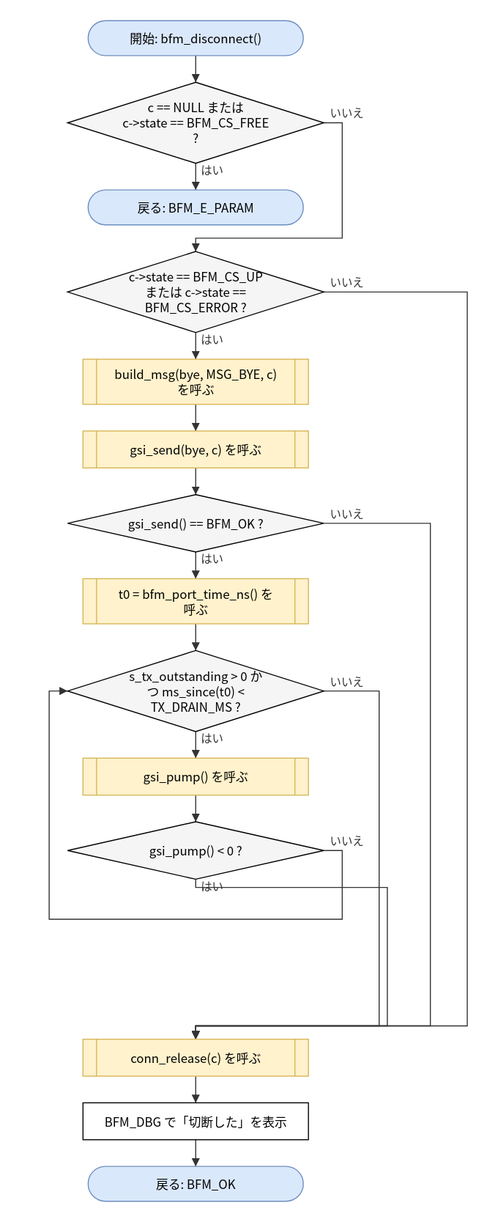
hf355051012-ai/bfmem keeps this draw.io diagram as doc/spec/images/flow_src_bfm_cm-bfm_disconnect.drawio.svg. Above is the earlier version. Source tidied: cells renumbered, new cells last; positions are measured from the earlier drawing's top-left corner, leaving out a move shared by most shapes.
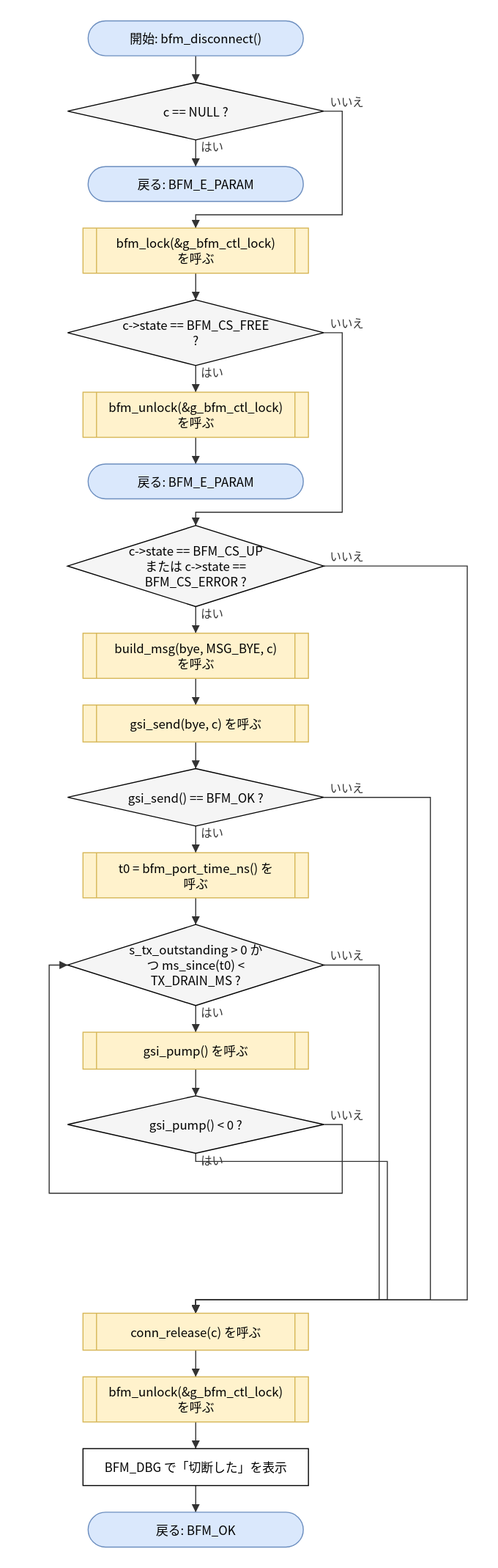
After the commit.

Change to the diagram source:
```diff
@@ -5,45 +5,60 @@
     <mxCell id="2" value="開始: bfm_disconnect()" style="rounded=1;arcSize=50;whiteSpace=wrap;html=1;fillColor=#dae8fc;strokeColor=#6c8ebf;" parent="1" vertex="1">
       <mxGeometry x="38" width="210" height="34" as="geometry" />
     </mxCell>
-    <mxCell id="3" value="c == NULL または&lt;br&gt;c-&amp;gt;state == BFM_CS_FREE&lt;br&gt;?" style="rhombus;whiteSpace=wrap;html=1;fillColor=#f5f5f5;" parent="1" vertex="1">
-      <mxGeometry x="18" y="60" width="250" height="79" as="geometry" />
+    <mxCell id="3" value="c == NULL ?" style="rhombus;whiteSpace=wrap;html=1;fillColor=#f5f5f5;" parent="1" vertex="1">
+      <mxGeometry x="18" y="60" width="250" height="56" as="geometry" />
     </mxCell>
     <mxCell id="4" value="戻る: BFM_E_PARAM" style="rounded=1;arcSize=50;whiteSpace=wrap;html=1;fillColor=#dae8fc;strokeColor=#6c8ebf;" parent="1" vertex="1">
-      <mxGeometry x="38" y="165" width="210" height="34" as="geometry" />
+      <mxGeometry x="38" y="142" width="210" height="34" as="geometry" />
     </mxCell>
-    <mxCell id="5" value="c-&amp;gt;state == BFM_CS_UP&lt;br&gt;または c-&amp;gt;state ==&lt;br&gt;BFM_CS_ERROR ?" style="rhombus;whiteSpace=wrap;html=1;fillColor=#f5f5f5;" parent="1" vertex="1">
-      <mxGeometry x="18" y="225" width="250" height="79" as="geometry" />
+    <mxCell id="5" value="bfm_lock(&amp;amp;g_bfm_ctl_lock)&lt;br&gt;を呼ぶ" style="shape=process;whiteSpace=wrap;html=1;backgroundOutline=1;size=0.06;fillColor=#fff2cc;strokeColor=#d6b656;" parent="1" vertex="1">
+      <mxGeometry x="33" y="202" width="220" height="44" as="geometry" />
     </mxCell>
-    <mxCell id="6" value="build_msg(bye, MSG_BYE, c)&lt;br&gt;を呼ぶ" style="shape=process;whiteSpace=wrap;html=1;backgroundOutline=1;size=0.06;fillColor=#fff2cc;strokeColor=#d6b656;" parent="1" vertex="1">
-      <mxGeometry x="33" y="330" width="220" height="44" as="geometry" />
+    <mxCell id="6" value="c-&amp;gt;state == BFM_CS_FREE&lt;br&gt;?" style="rhombus;whiteSpace=wrap;html=1;fillColor=#f5f5f5;" parent="1" vertex="1">
+      <mxGeometry x="18" y="272" width="250" height="64" as="geometry" />
     </mxCell>
-    <mxCell id="7" value="gsi_send(bye, c) を呼ぶ" style="shape=process;whiteSpace=wrap;html=1;backgroundOutline=1;size=0.06;fillColor=#fff2cc;strokeColor=#d6b656;" parent="1" vertex="1">
-      <mxGeometry x="33" y="400" width="220" height="36" as="geometry" />
+    <mxCell id="7" value="bfm_unlock(&amp;amp;g_bfm_ctl_lock)&lt;br&gt;を呼ぶ" style="shape=process;whiteSpace=wrap;html=1;backgroundOutline=1;size=0.06;fillColor=#fff2cc;strokeColor=#d6b656;" parent="1" vertex="1">
+      <mxGeometry x="33" y="362" width="220" height="44" as="geometry" />
     </mxCell>
-    <mxCell id="8" value="gsi_send() == BFM_OK ?" style="rhombus;whiteSpace=wrap;html=1;fillColor=#f5f5f5;" parent="1" vertex="1">
-      <mxGeometry x="18" y="462" width="250" height="56" as="geometry" />
+    <mxCell id="8" value="戻る: BFM_E_PARAM" style="rounded=1;arcSize=50;whiteSpace=wrap;html=1;fillColor=#dae8fc;strokeColor=#6c8ebf;" parent="1" vertex="1">
+      <mxGeometry x="38" y="432" width="210" height="34" as="geometry" />
     </mxCell>
-    <mxCell id="9" value="t0 = bfm_port_time_ns() を&lt;br&gt;呼ぶ" style="shape=process;whiteSpace=wrap;html=1;backgroundOutline=1;size=0.06;fillColor=#fff2cc;strokeColor=#d6b656;" parent="1" vertex="1">
-      <mxGeometry x="33" y="544" width="220" height="44" as="geometry" />
+    <mxCell id="9" value="c-&amp;gt;state == BFM_CS_UP&lt;br&gt;または c-&amp;gt;state ==&lt;br&gt;BFM_CS_ERROR ?" style="rhombus;whiteSpace=wrap;html=1;fillColor=#f5f5f5;" parent="1" vertex="1">
+      <mxGeometry x="18" y="492" width="250" height="79" as="geometry" />
     </mxCell>
-    <mxCell id="10" value="s_tx_outstanding &amp;gt; 0 か&lt;br&gt;つ ms_since(t0) &amp;lt;&lt;br&gt;TX_DRAIN_MS ?" style="rhombus;whiteSpace=wrap;html=1;fillColor=#f5f5f5;" parent="1" vertex="1">
-      <mxGeometry x="18" y="614" width="250" height="79" as="geometry" />
+    <mxCell id="10" value="build_msg(bye, MSG_BYE, c)&lt;br&gt;を呼ぶ" style="shape=process;whiteSpace=wrap;html=1;backgroundOutline=1;size=0.06;fillColor=#fff2cc;strokeColor=#d6b656;" parent="1" vertex="1">
+      <mxGeometry x="33" y="597" width="220" height="44" as="geometry" />
     </mxCell>
-    <mxCell id="11" value="gsi_pump() を呼ぶ" style="shape=process;whiteSpace=wrap;html=1;backgroundOutline=1;size=0.06;fillColor=#fff2cc;strokeColor=#d6b656;" parent="1" vertex="1">
-      <mxGeometry x="33" y="719" width="220" height="36" as="geometry" />
+    <mxCell id="11" value="gsi_send(bye, c) を呼ぶ" style="shape=process;whiteSpace=wrap;html=1;backgroundOutline=1;size=0.06;fillColor=#fff2cc;strokeColor=#d6b656;" parent="1" vertex="1">
+      <mxGeometry x="33" y="667" width="220" height="36" as="geometry" />
     </mxCell>
-    <mxCell id="12" value="gsi_pump() &amp;lt; 0 ?" style="rhombus;whiteSpace=wrap;html=1;fillColor=#f5f5f5;" parent="1" vertex="1">
-      <mxGeometry x="18" y="781" width="250" height="56" as="geometry" />
+    <mxCell id="12" value="gsi_send() == BFM_OK ?" style="rhombus;whiteSpace=wrap;html=1;fillColor=#f5f5f5;" parent="1" vertex="1">
+      <mxGeometry x="18" y="729" width="250" height="56" as="geometry" />
     </mxCell>
-    <mxCell id="13" value="conn_release(c) を呼ぶ" style="shape=process;whiteSpace=wrap;html=1;backgroundOutline=1;size=0.06;fillColor=#fff2cc;strokeColor=#d6b656;" parent="1" vertex="1">
-      <mxGeometry x="33" y="993" width="220" height="36" as="geometry" />
+    <mxCell id="13" value="t0 = bfm_port_time_ns() を&lt;br&gt;呼ぶ" style="shape=process;whiteSpace=wrap;html=1;backgroundOutline=1;size=0.06;fillColor=#fff2cc;strokeColor=#d6b656;" parent="1" vertex="1">
+      <mxGeometry x="33" y="811" width="220" height="44" as="geometry" />
     </mxCell>
-    <mxCell id="14" value="BFM_DBG で「切断した」を表示" style="rounded=0;whiteSpace=wrap;html=1;" parent="1" vertex="1">
-      <mxGeometry x="33" y="1055" width="220" height="36" as="geometry" />
+    <mxCell id="14" value="s_tx_outstanding &amp;gt; 0 か&lt;br&gt;つ ms_since(t0) &amp;lt;&lt;br&gt;TX_DRAIN_MS ?" style="rhombus;whiteSpace=wrap;html=1;fillColor=#f5f5f5;" parent="1" vertex="1">
+      <mxGeometry x="18" y="881" width="250" height="79" as="geometry" />
     </mxCell>
-    <mxCell id="15" value="戻る: BFM_OK" style="rounded=1;arcSize=50;whiteSpace=wrap;html=1;fillColor=#dae8fc;strokeColor=#6c8ebf;" parent="1" vertex="1">
-      <mxGeometry x="38" y="1117" width="210" height="34" as="geometry" />
+    <mxCell id="15" value="gsi_pump() を呼ぶ" style="shape=process;whiteSpace=wrap;html=1;backgroundOutline=1;size=0.06;fillColor=#fff2cc;strokeColor=#d6b656;" parent="1" vertex="1">
+      <mxGeometry x="33" y="986" width="220" height="36" as="geometry" />
     </mxCell>
+    <mxCell id="33" value="gsi_pump() &amp;lt; 0 ?" style="rhombus;whiteSpace=wrap;html=1;fillColor=#f5f5f5;" parent="1" vertex="1">
+      <mxGeometry x="18" y="1048" width="250" height="56" as="geometry" />
+    </mxCell>
+    <mxCell id="34" value="conn_release(c) を呼ぶ" style="shape=process;whiteSpace=wrap;html=1;backgroundOutline=1;size=0.06;fillColor=#fff2cc;strokeColor=#d6b656;" parent="1" vertex="1">
+      <mxGeometry x="33" y="1260" width="220" height="36" as="geometry" />
+    </mxCell>
+    <mxCell id="35" value="bfm_unlock(&amp;amp;g_bfm_ctl_lock)&lt;br&gt;を呼ぶ" style="shape=process;whiteSpace=wrap;html=1;backgroundOutline=1;size=0.06;fillColor=#fff2cc;strokeColor=#d6b656;" parent="1" vertex="1">
+      <mxGeometry x="33" y="1322" width="220" height="44" as="geometry" />
+    </mxCell>
+    <mxCell id="36" value="BFM_DBG で「切断した」を表示" style="rounded=0;whiteSpace=wrap;html=1;" parent="1" vertex="1">
+      <mxGeometry x="33" y="1392" width="220" height="36" as="geometry" />
+    </mxCell>
+    <mxCell id="37" value="戻る: BFM_OK" style="rounded=1;arcSize=50;whiteSpace=wrap;html=1;fillColor=#dae8fc;strokeColor=#6c8ebf;" parent="1" vertex="1">
+      <mxGeometry x="38" y="1454" width="210" height="34" as="geometry" />
+    </mxCell>
     <mxCell id="16" style="edgeStyle=none;html=1;rounded=0;endArrow=block;endFill=1;exitX=0.5000;exitY=1.0000;exitDx=0;exitDy=0;exitPerimeter=0;entryX=0.5000;entryY=0.0000;entryDx=0;entryDy=0;entryPerimeter=0;" parent="1" edge="1" source="2" target="3">
       <mxGeometry relative="1" as="geometry" />
     </mxCell>
@@ -53,85 +68,106 @@
     <mxCell id="18" value="いいえ" style="edgeStyle=none;html=1;rounded=0;endArrow=block;endFill=1;exitX=1.0000;exitY=0.5000;exitDx=0;exitDy=0;exitPerimeter=0;entryX=0.5000;entryY=0.0000;entryDx=0;entryDy=0;entryPerimeter=0;" parent="1" edge="1" source="3" target="5">
       <mxGeometry relative="1" as="geometry">
         <Array as="points">
-          <mxPoint x="286" y="99.5" />
-          <mxPoint x="286" y="212" />
-          <mxPoint x="143" y="212" />
+          <mxPoint x="286" y="88" />
+          <mxPoint x="286" y="189" />
+          <mxPoint x="143" y="189" />
         </Array>
       </mxGeometry>
     </mxCell>
-    <mxCell id="19" value="はい" style="edgeStyle=none;html=1;rounded=0;endArrow=block;endFill=1;exitX=0.5000;exitY=1.0000;exitDx=0;exitDy=0;exitPerimeter=0;entryX=0.5000;entryY=0.0000;entryDx=0;entryDy=0;entryPerimeter=0;" parent="1" edge="1" source="5" target="6">
+    <mxCell id="19" style="edgeStyle=none;html=1;rounded=0;endArrow=block;endFill=1;exitX=0.5000;exitY=1.0000;exitDx=0;exitDy=0;exitPerimeter=0;entryX=0.5000;entryY=0.0000;entryDx=0;entryDy=0;entryPerimeter=0;" parent="1" edge="1" source="5" target="6">
       <mxGeometry relative="1" as="geometry" />
     </mxCell>
-    <mxCell id="20" style="edgeStyle=none;html=1;rounded=0;endArrow=block;endFill=1;exitX=0.5000;exitY=1.0000;exitDx=0;exitDy=0;exitPerimeter=0;entryX=0.5000;entryY=0.0000;entryDx=0;entryDy=0;entryPerimeter=0;" parent="1" edge="1" source="6" target="7">
+    <mxCell id="20" value="はい" style="edgeStyle=none;html=1;rounded=0;endArrow=block;endFill=1;exitX=0.5000;exitY=1.0000;exitDx=0;exitDy=0;exitPerimeter=0;entryX=0.5000;entryY=0.0000;entryDx=0;entryDy=0;entryPerimeter=0;" parent="1" edge="1" source="6" target="7">
       <mxGeometry relative="1" as="geometry" />
     </mxCell>
     <mxCell id="21" style="edgeStyle=none;html=1;rounded=0;endArrow=block;endFill=1;exitX=0.5000;exitY=1.0000;exitDx=0;exitDy=0;exitPerimeter=0;entryX=0.5000;entryY=0.0000;entryDx=0;entryDy=0;entryPerimeter=0;" parent="1" edge="1" source="7" target="8">
       <mxGeometry relative="1" as="geometry" />
     </mxCell>
-    <mxCell id="22" value="はい" style="edgeStyle=none;html=1;rounded=0;endArrow=block;endFill=1;exitX=0.5000;exitY=1.0000;exitDx=0;exitDy=0;exitPerimeter=0;entryX=0.5000;entryY=0.0000;entryDx=0;entryDy=0;entryPerimeter=0;" parent="1" edge="1" source="8" target="9">
-      <mxGeometry relative="1" as="geometry" />
+    <mxCell id="22" value="いいえ" style="edgeStyle=none;html=1;rounded=0;endArrow=block;endFill=1;exitX=1.0000;exitY=0.5000;exitDx=0;exitDy=0;exitPerimeter=0;entryX=0.5000;entryY=0.0000;entryDx=0;entryDy=0;entryPerimeter=0;" parent="1" edge="1" source="6" target="9">
+      <mxGeometry relative="1" as="geometry">
+        <Array as="points">
+          <mxPoint x="286" y="304" />
+          <mxPoint x="286" y="479" />
+          <mxPoint x="143" y="479" />
+        </Array>
+      </mxGeometry>
     </mxCell>
-    <mxCell id="23" style="edgeStyle=none;html=1;rounded=0;endArrow=block;endFill=1;exitX=0.5000;exitY=1.0000;exitDx=0;exitDy=0;exitPerimeter=0;entryX=0.5000;entryY=0.0000;entryDx=0;entryDy=0;entryPerimeter=0;" parent="1" edge="1" source="9" target="10">
+    <mxCell id="23" value="はい" style="edgeStyle=none;html=1;rounded=0;endArrow=block;endFill=1;exitX=0.5000;exitY=1.0000;exitDx=0;exitDy=0;exitPerimeter=0;entryX=0.5000;entryY=0.0000;entryDx=0;entryDy=0;entryPerimeter=0;" parent="1" edge="1" source="9" target="10">
       <mxGeometry relative="1" as="geometry" />
     </mxCell>
-    <mxCell id="24" value="はい" style="edgeStyle=none;html=1;rounded=0;endArrow=block;endFill=1;exitX=0.5000;exitY=1.0000;exitDx=0;exitDy=0;exitPerimeter=0;entryX=0.5000;entryY=0.0000;entryDx=0;entryDy=0;entryPerimeter=0;" parent="1" edge="1" source="10" target="11">
+    <mxCell id="24" style="edgeStyle=none;html=1;rounded=0;endArrow=block;endFill=1;exitX=0.5000;exitY=1.0000;exitDx=0;exitDy=0;exitPerimeter=0;entryX=0.5000;entryY=0.0000;entryDx=0;entryDy=0;entryPerimeter=0;" parent="1" edge="1" source="10" target="11">
       <mxGeometry relative="1" as="geometry" />
     </mxCell>
     <mxCell id="25" style="edgeStyle=none;html=1;rounded=0;endArrow=block;endFill=1;exitX=0.5000;exitY=1.0000;exitDx=0;exitDy=0;exitPerimeter=0;entryX=0.5000;entryY=0.0000;entryDx=0;entryDy=0;entryPerimeter=0;" parent="1" edge="1" source="11" target="12">
       <mxGeometry relative="1" as="geometry" />
     </mxCell>
-    <mxCell id="26" value="いいえ" style="edgeStyle=none;html=1;rounded=0;endArrow=block;endFill=1;exitX=1.0000;exitY=0.5000;exitDx=0;exitDy=0;exitPerimeter=0;entryX=0.0000;entryY=0.5000;entryDx=0;entryDy=0;entryPerimeter=0;" parent="1" edge="1" source="12" target="10">
-      <mxGeometry relative="1" as="geometry">
-        <Array as="points">
-          <mxPoint x="286" y="809" />
-          <mxPoint x="286" y="876" />
-          <mxPoint y="876" />
-          <mxPoint y="653.5" />
-        </Array>
-      </mxGeometry>
+    <mxCell id="26" value="はい" style="edgeStyle=none;html=1;rounded=0;endArrow=block;endFill=1;exitX=0.5000;exitY=1.0000;exitDx=0;exitDy=0;exitPerimeter=0;entryX=0.5000;entryY=0.0000;entryDx=0;entryDy=0;entryPerimeter=0;" parent="1" edge="1" source="12" target="13">
+      <mxGeometry relative="1" as="geometry" />
     </mxCell>
-    <mxCell id="27" value="いいえ" style="edgeStyle=none;html=1;rounded=0;endArrow=block;endFill=1;exitX=1.0000;exitY=0.5000;exitDx=0;exitDy=0;exitPerimeter=0;entryX=0.5000;entryY=0.0000;entryDx=0;entryDy=0;entryPerimeter=0;" parent="1" edge="1" source="10" target="13">
-      <mxGeometry relative="1" as="geometry">
-        <Array as="points">
-          <mxPoint x="322" y="653.5" />
-          <mxPoint x="322" y="980" />
-          <mxPoint x="143" y="980" />
-        </Array>
-      </mxGeometry>
+    <mxCell id="27" style="edgeStyle=none;html=1;rounded=0;endArrow=block;endFill=1;exitX=0.5000;exitY=1.0000;exitDx=0;exitDy=0;exitPerimeter=0;entryX=0.5000;entryY=0.0000;entryDx=0;entryDy=0;entryPerimeter=0;" parent="1" edge="1" source="13" target="14">
+      <mxGeometry relative="1" as="geometry" />
     </mxCell>
-    <mxCell id="28" value="はい" style="edgeStyle=none;html=1;rounded=0;endArrow=block;endFill=1;exitX=0.5000;exitY=1.0000;exitDx=0;exitDy=0;exitPerimeter=0;entryX=0.5000;entryY=0.0000;entryDx=0;entryDy=0;entryPerimeter=0;" parent="1" edge="1" source="12" target="13">
-      <mxGeometry relative="1" as="geometry">
-        <Array as="points">
-          <mxPoint x="143" y="845" />
-          <mxPoint x="330" y="845" />
-          <mxPoint x="330" y="980" />
-          <mxPoint x="143" y="980" />
-        </Array>
-      </mxGeometry>
+    <mxCell id="28" value="はい" style="edgeStyle=none;html=1;rounded=0;endArrow=block;endFill=1;exitX=0.5000;exitY=1.0000;exitDx=0;exitDy=0;exitPerimeter=0;entryX=0.5000;entryY=0.0000;entryDx=0;entryDy=0;entryPerimeter=0;" parent="1" edge="1" source="14" target="15">
+      <mxGeometry relative="1" as="geometry" />
     </mxCell>
-    <mxCell id="29" value="いいえ" style="edgeStyle=none;html=1;rounded=0;endArrow=block;endFill=1;exitX=1.0000;exitY=0.5000;exitDx=0;exitDy=0;exitPerimeter=0;entryX=0.5000;entryY=0.0000;entryDx=0;entryDy=0;entryPerimeter=0;" parent="1" edge="1" source="8" target="13">
-      <mxGeometry relative="1" as="geometry">
-        <Array as="points">
-          <mxPoint x="372" y="490" />
-          <mxPoint x="372" y="980" />
-          <mxPoint x="143" y="980" />
-        </Array>
-      </mxGeometry>
+    <mxCell id="29" style="edgeStyle=none;html=1;rounded=0;endArrow=block;endFill=1;exitX=0.5000;exitY=1.0000;exitDx=0;exitDy=0;exitPerimeter=0;entryX=0.5000;entryY=0.0000;entryDx=0;entryDy=0;entryPerimeter=0;" parent="1" edge="1" source="15" target="33">
+      <mxGeometry relative="1" as="geometry" />
     </mxCell>
-    <mxCell id="30" value="いいえ" style="edgeStyle=none;html=1;rounded=0;endArrow=block;endFill=1;exitX=1.0000;exitY=0.5000;exitDx=0;exitDy=0;exitPerimeter=0;entryX=0.5000;entryY=0.0000;entryDx=0;entryDy=0;entryPerimeter=0;" parent="1" edge="1" source="5" target="13">
+    <mxCell id="30" value="いいえ" style="edgeStyle=none;html=1;rounded=0;endArrow=block;endFill=1;exitX=1.0000;exitY=0.5000;exitDx=0;exitDy=0;exitPerimeter=0;entryX=0.0000;entryY=0.5000;entryDx=0;entryDy=0;entryPerimeter=0;" parent="1" edge="1" source="33" target="14">
       <mxGeometry relative="1" as="geometry">
         <Array as="points">
-          <mxPoint x="408" y="264.5" />
-          <mxPoint x="408" y="980" />
-          <mxPoint x="143" y="980" />
+          <mxPoint x="286" y="1076" />
+          <mxPoint x="286" y="1143" />
+          <mxPoint y="1143" />
+          <mxPoint y="920.5" />
         </Array>
       </mxGeometry>
     </mxCell>
-    <mxCell id="31" style="edgeStyle=none;html=1;rounded=0;endArrow=block;endFill=1;exitX=0.5000;exitY=1.0000;exitDx=0;exitDy=0;exitPerimeter=0;entryX=0.5000;entryY=0.0000;entryDx=0;entryDy=0;entryPerimeter=0;" parent="1" edge="1" source="13" target="14">
-      <mxGeometry relative="1" as="geometry" />
+    <mxCell id="31" value="いいえ" style="edgeStyle=none;html=1;rounded=0;endArrow=block;endFill=1;exitX=1.0000;exitY=0.5000;exitDx=0;exitDy=0;exitPerimeter=0;entryX=0.5000;entryY=0.0000;entryDx=0;entryDy=0;entryPerimeter=0;" parent="1" edge="1" source="14" target="34">
+      <mxGeometry relative="1" as="geometry">
+        <Array as="points">
+          <mxPoint x="322" y="920.5" />
+          <mxPoint x="322" y="1247" />
+          <mxPoint x="143" y="1247" />
+        </Array>
+      </mxGeometry>
     </mxCell>
-    <mxCell id="32" style="edgeStyle=none;html=1;rounded=0;endArrow=block;endFill=1;exitX=0.5000;exitY=1.0000;exitDx=0;exitDy=0;exitPerimeter=0;entryX=0.5000;entryY=0.0000;entryDx=0;entryDy=0;entryPerimeter=0;" parent="1" edge="1" source="14" target="15">
-      <mxGeometry relative="1" as="geometry" />
+    <mxCell id="32" value="はい" style="edgeStyle=none;html=1;rounded=0;endArrow=block;endFill=1;exitX=0.5000;exitY=1.0000;exitDx=0;exitDy=0;exitPerimeter=0;entryX=0.5000;entryY=0.0000;entryDx=0;entryDy=0;entryPerimeter=0;" parent="1" edge="1" source="33" target="34">
+      <mxGeometry relative="1" as="geometry">
+        <Array as="points">
+          <mxPoint x="143" y="1112" />
+          <mxPoint x="330" y="1112" />
+          <mxPoint x="330" y="1247" />
+          <mxPoint x="143" y="1247" />
+        </Array>
+      </mxGeometry>
     </mxCell>
+    <mxCell id="38" value="いいえ" style="edgeStyle=none;html=1;rounded=0;endArrow=block;endFill=1;exitX=1.0000;exitY=0.5000;exitDx=0;exitDy=0;exitPerimeter=0;entryX=0.5000;entryY=0.0000;entryDx=0;entryDy=0;entryPerimeter=0;" parent="1" edge="1" source="12" target="34">
+      <mxGeometry relative="1" as="geometry">
+        <Array as="points">
+          <mxPoint x="372" y="757" />
+          <mxPoint x="372" y="1247" />
+          <mxPoint x="143" y="1247" />
+        </Array>
+      </mxGeometry>
+    </mxCell>
+    <mxCell id="39" value="いいえ" style="edgeStyle=none;html=1;rounded=0;endArrow=block;endFill=1;exitX=1.0000;exitY=0.5000;exitDx=0;exitDy=0;exitPerimeter=0;entryX=0.5000;entryY=0.0000;entryDx=0;entryDy=0;entryPerimeter=0;" parent="1" edge="1" source="9" target="34">
+      <mxGeometry relative="1" as="geometry">
+        <Array as="points">
+          <mxPoint x="408" y="531.5" />
+          <mxPoint x="408" y="1247" />
+          <mxPoint x="143" y="1247" />
+        </Array>
+      </mxGeometry>
+    </mxCell>
+    <mxCell id="40" style="edgeStyle=none;html=1;rounded=0;endArrow=block;endFill=1;exitX=0.5000;exitY=1.0000;exitDx=0;exitDy=0;exitPerimeter=0;entryX=0.5000;entryY=0.0000;entryDx=0;entryDy=0;entryPerimeter=0;" parent="1" edge="1" source="34" target="35">
+      <mxGeometry relative="1" as="geometry" />
+    </mxCell>
+    <mxCell id="41" style="edgeStyle=none;html=1;rounded=0;endArrow=block;endFill=1;exitX=0.5000;exitY=1.0000;exitDx=0;exitDy=0;exitPerimeter=0;entryX=0.5000;entryY=0.0000;entryDx=0;entryDy=0;entryPerimeter=0;" parent="1" edge="1" source="35" target="36">
+      <mxGeometry relative="1" as="geometry" />
+    </mxCell>
+    <mxCell id="42" style="edgeStyle=none;html=1;rounded=0;endArrow=block;endFill=1;exitX=0.5000;exitY=1.0000;exitDx=0;exitDy=0;exitPerimeter=0;entryX=0.5000;entryY=0.0000;entryDx=0;entryDy=0;entryPerimeter=0;" parent="1" edge="1" source="36" target="37">
+      <mxGeometry relative="1" as="geometry" />
+    </mxCell>
   </root>
 </mxGraphModel>
```
